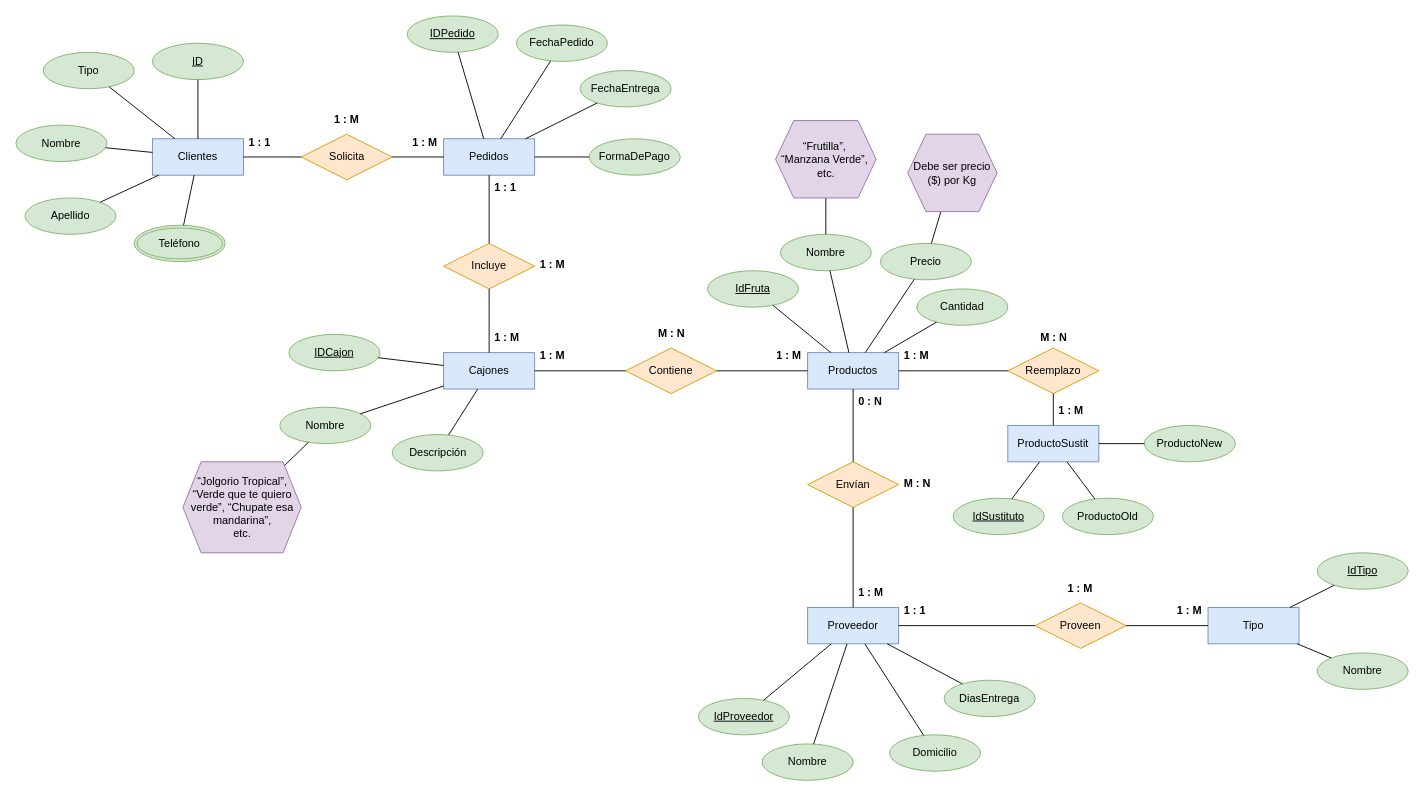
This is Progreso_1/TareaGrupal_P1_Diagrama_4.drawio from AngelDavidStudios/Diagramas_BdD_1, a draw.io file, before an edit. Source tidied: cells renumbered, new cells numbered last; positions are measured from the earlier drawing's top-left corner, leaving out a move shared by most shapes. Both pictures are drawn from the tidied source at 91%, with x=0, y=0 at pixel (15, 15).
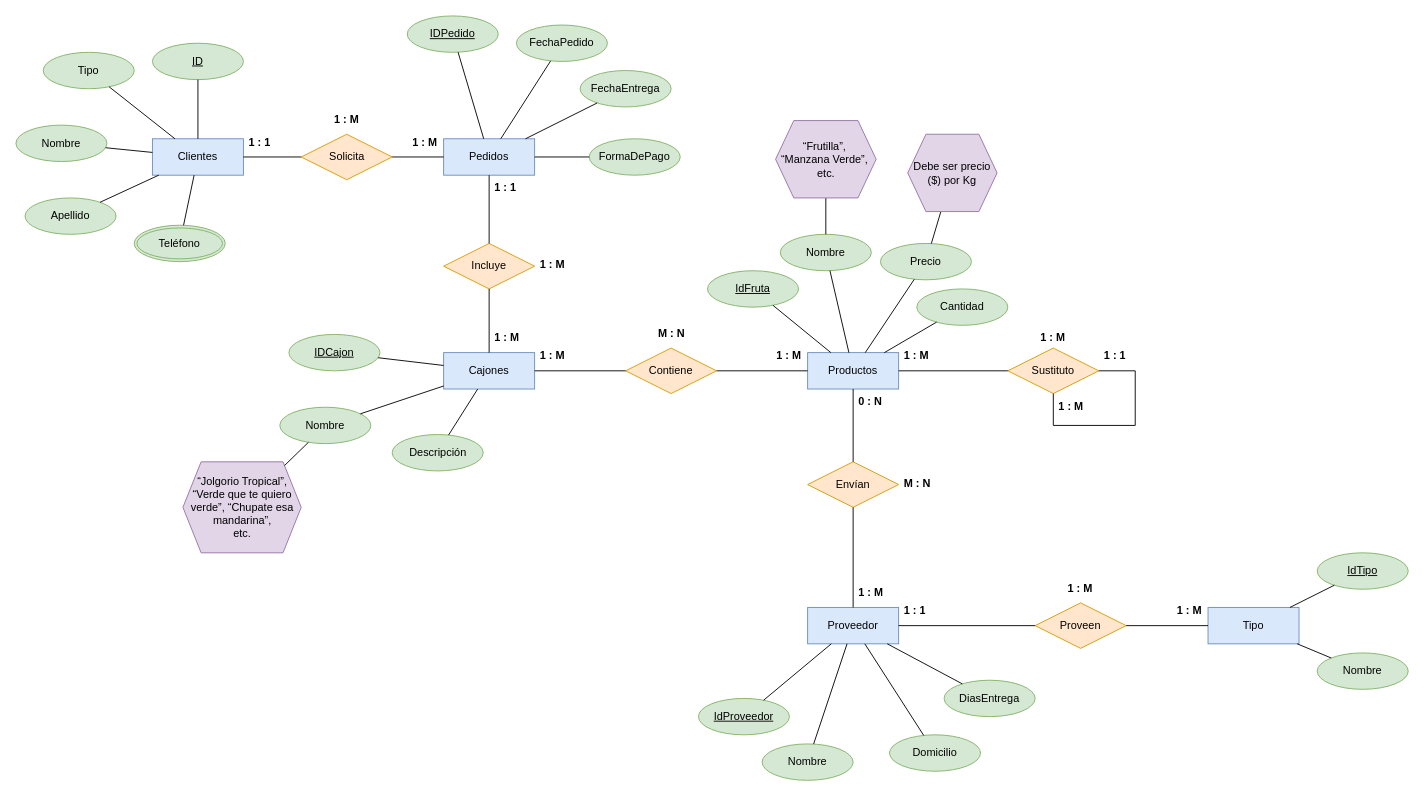
After the change.

The edit, as a diff of the source:
```diff
@@
-    <mxCell id="11" value="ProductoSustit" style="whiteSpace=wrap;html=1;align=center;fillColor=#dae8fc;strokeColor=#6c8ebf;" parent="1" vertex="1">
-      <mxGeometry x="1090" y="450" width="100" height="40" as="geometry" />
-    </mxCell>
@@
-    <mxCell id="73" value="Reemplazo" style="shape=rhombus;perimeter=rhombusPerimeter;whiteSpace=wrap;html=1;align=center;fillColor=#ffe6cc;strokeColor=#d79b00;" parent="1" vertex="1">
+    <mxCell id="73" value="Sustituto" style="shape=rhombus;perimeter=rhombusPerimeter;whiteSpace=wrap;html=1;align=center;fillColor=#ffe6cc;strokeColor=#d79b00;" parent="1" vertex="1">
       <mxGeometry x="1090" y="365" width="100" height="50" as="geometry" />
     </mxCell>
@@
-    <mxCell id="86" value="M : N" style="text;strokeColor=none;fillColor=none;spacingLeft=4;spacingRight=4;overflow=hidden;fontSize=12;whiteSpace=wrap;html=1;fontStyle=1;" parent="1" vertex="1">
+    <mxCell id="86" value="1 : M" style="text;strokeColor=none;fillColor=none;spacingLeft=4;spacingRight=4;overflow=hidden;fontSize=12;whiteSpace=wrap;html=1;fontStyle=1;" parent="1" vertex="1">
       <mxGeometry x="1120" y="340" width="40" height="30" as="geometry" />
     </mxCell>
@@
-    <mxCell id="88" style="endArrow=none;html=1;rounded=0;" parent="1" edge="1" source="73" target="11">
-      <mxGeometry relative="1" as="geometry" />
-    </mxCell>
-    <mxCell id="89" value="1 : M" style="text;strokeColor=none;fillColor=none;spacingLeft=4;spacingRight=4;overflow=hidden;fontSize=12;whiteSpace=wrap;html=1;fontStyle=1;" parent="1" vertex="1">
-      <mxGeometry x="1140" y="420" width="40" height="30" as="geometry" />
+    <mxCell id="89" value="1 : 1" style="text;strokeColor=none;fillColor=none;spacingLeft=4;spacingRight=4;overflow=hidden;fontSize=12;whiteSpace=wrap;html=1;fontStyle=1;" parent="1" vertex="1">
+      <mxGeometry x="1190" y="360" width="40" height="30" as="geometry" />
     </mxCell>
@@
-    <mxCell id="91" value="IdSustituto" style="ellipse;whiteSpace=wrap;html=1;align=center;fontStyle=4;fillColor=#d5e8d4;strokeColor=#82b366;" parent="1" vertex="1">
-      <mxGeometry x="1030" y="530" width="100" height="40" as="geometry" />
-    </mxCell>
-    <mxCell id="92" value="ProductoOld" style="ellipse;whiteSpace=wrap;html=1;align=center;fillColor=#d5e8d4;strokeColor=#82b366;" parent="1" vertex="1">
-      <mxGeometry x="1150" y="530" width="100" height="40" as="geometry" />
-    </mxCell>
-    <mxCell id="93" value="ProductoNew" style="ellipse;whiteSpace=wrap;html=1;align=center;fillColor=#d5e8d4;strokeColor=#82b366;" parent="1" vertex="1">
-      <mxGeometry x="1240" y="450" width="100" height="40" as="geometry" />
-    </mxCell>
-    <mxCell id="94" style="endArrow=none;html=1;rounded=0;" parent="1" edge="1" source="11" target="91">
-      <mxGeometry relative="1" as="geometry" />
-    </mxCell>
-    <mxCell id="95" style="endArrow=none;html=1;rounded=0;" parent="1" edge="1" source="11" target="92">
-      <mxGeometry relative="1" as="geometry" />
-    </mxCell>
-    <mxCell id="96" style="endArrow=none;html=1;rounded=0;" parent="1" edge="1" source="11" target="93">
-      <mxGeometry relative="1" as="geometry" />
-    </mxCell>
@@
+    <mxCell id="101" style="edgeStyle=orthogonalEdgeStyle;rounded=0;orthogonalLoop=1;jettySize=auto;html=1;entryX=0.5;entryY=1;entryDx=0;entryDy=0;exitX=1;exitY=0.5;exitDx=0;exitDy=0;endArrow=none;endFill=0;" parent="1" edge="1" source="73" target="73">
+      <mxGeometry relative="1" as="geometry">
+        <Array as="points">
+          <mxPoint x="1230" y="390" />
+          <mxPoint x="1230" y="450" />
+          <mxPoint x="1140" y="450" />
+        </Array>
+      </mxGeometry>
+    </mxCell>
+    <mxCell id="102" value="1 : M" style="text;strokeColor=none;fillColor=none;spacingLeft=4;spacingRight=4;overflow=hidden;fontSize=12;whiteSpace=wrap;html=1;fontStyle=1;" parent="1" vertex="1">
+      <mxGeometry x="1140" y="415" width="40" height="30" as="geometry" />
+    </mxCell>
```
